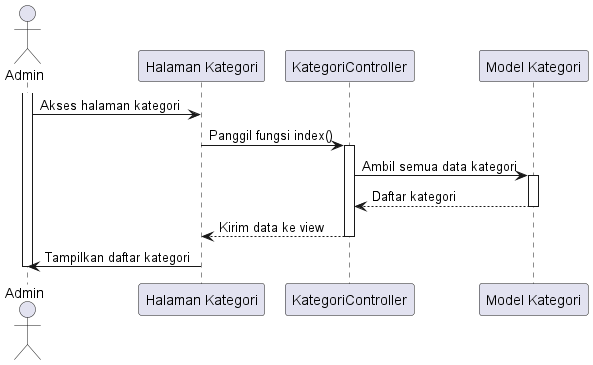
tengahcang/UML_TA keeps this PlantUML diagram as out/sequence diagram/kategori barang/melihat_kategori_barang/melihat_kategori_barang.png. Above is the earlier version. Its diagram source:
```plantuml
@startuml
actor Admin

participant "Halaman Kategori" as KategoriPage
participant "KategoriController" as Controller
participant "Model Kategori" as KategoriModel

activate Admin
Admin -> KategoriPage: Akses halaman kategori
KategoriPage -> Controller: Panggil fungsi index()
activate Controller

Controller -> KategoriModel: Ambil semua data kategori
activate KategoriModel
KategoriModel --> Controller: Daftar kategori
deactivate KategoriModel

Controller --> KategoriPage: Kirim data ke view
deactivate Controller

KategoriPage -> Admin: Tampilkan daftar kategori
deactivate Admin

@enduml
```
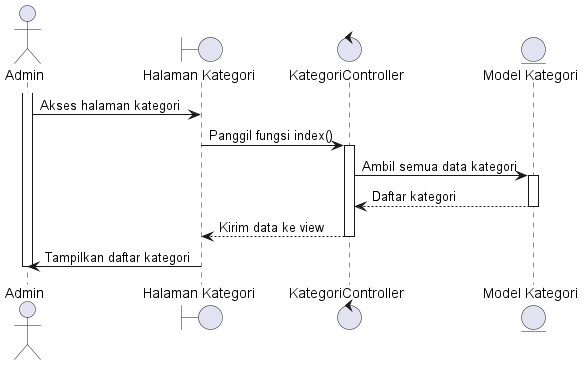
The same diagram one commit later.

Change to the diagram source:
```diff
@@ -1,9 +1,9 @@
 @startuml
 actor Admin
 
-participant "Halaman Kategori" as KategoriPage
-participant "KategoriController" as Controller
-participant "Model Kategori" as KategoriModel
+boundary "Halaman Kategori" as KategoriPage
+control "KategoriController" as Controller
+entity "Model Kategori" as KategoriModel
 
 activate Admin
 Admin -> KategoriPage: Akses halaman kategori
```
